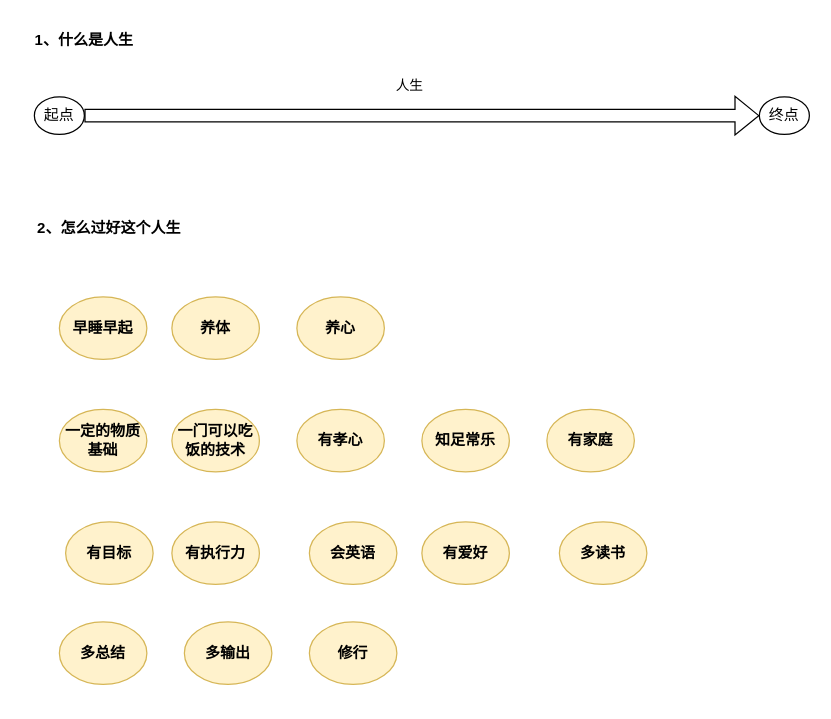
This is 未命名绘图.drawio from dengyulong/PublicStore, a draw.io file, before an edit. Source tidied: cells renumbered, new cells numbered last; positions are measured from the earlier drawing's top-left corner, leaving out a move shared by most shapes. Both pictures are drawn from the tidied source at 125%, with x=0, y=0 at pixel (21, 21).
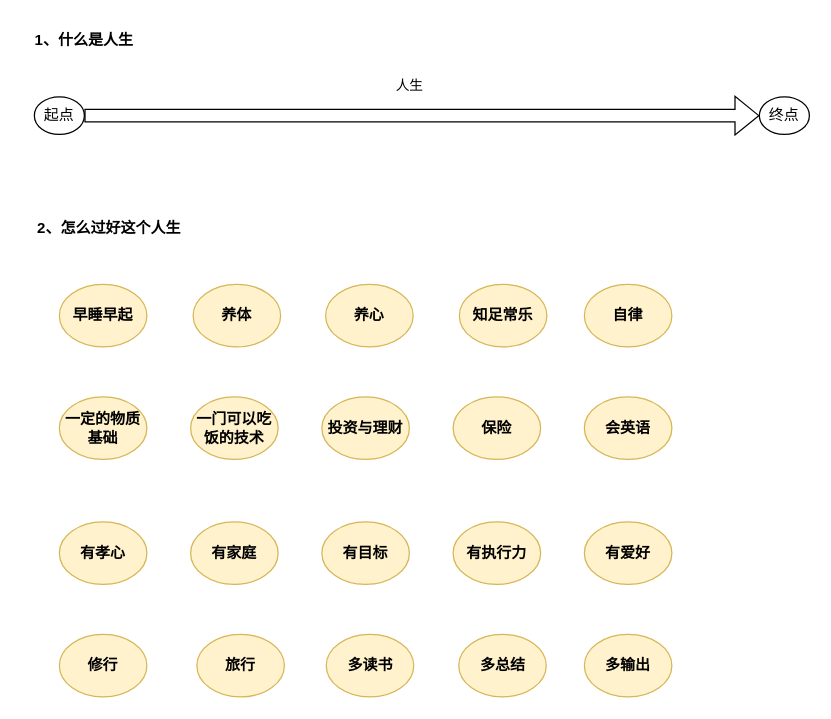
Above is the later version.

Commit message:
更新未命名绘图.drawio

What changed in the source:
```diff
@@
     <mxCell id="8" value="早睡早起" style="ellipse;whiteSpace=wrap;html=1;labelBackgroundColor=none;fillColor=#fff2cc;strokeColor=#d6b656;fontStyle=1;" parent="1" vertex="1">
-      <mxGeometry x="30" y="220" width="70" height="50" as="geometry" />
+      <mxGeometry x="30" y="210" width="70" height="50" as="geometry" />
     </mxCell>
     <mxCell id="9" value="养体" style="ellipse;whiteSpace=wrap;html=1;labelBackgroundColor=none;fillColor=#fff2cc;strokeColor=#d6b656;fontStyle=1;" parent="1" vertex="1">
-      <mxGeometry x="120" y="220" width="70" height="50" as="geometry" />
+      <mxGeometry x="137" y="210" width="70" height="50" as="geometry" />
     </mxCell>
     <mxCell id="10" value="养心" style="ellipse;whiteSpace=wrap;html=1;labelBackgroundColor=none;fillColor=#fff2cc;strokeColor=#d6b656;fontStyle=1;" parent="1" vertex="1">
-      <mxGeometry x="220" y="220" width="70" height="50" as="geometry" />
+      <mxGeometry x="243" y="210" width="70" height="50" as="geometry" />
     </mxCell>
     <mxCell id="11" value="一定的物质基础" style="ellipse;whiteSpace=wrap;html=1;labelBackgroundColor=none;fillColor=#fff2cc;strokeColor=#d6b656;fontStyle=1;" parent="1" vertex="1">
-      <mxGeometry x="30" y="310" width="70" height="50" as="geometry" />
+      <mxGeometry x="30" y="300" width="70" height="50" as="geometry" />
     </mxCell>
     <mxCell id="12" value="一门可以吃饭的技术" style="ellipse;whiteSpace=wrap;html=1;labelBackgroundColor=none;fillColor=#fff2cc;strokeColor=#d6b656;fontStyle=1;" parent="1" vertex="1">
-      <mxGeometry x="120" y="310" width="70" height="50" as="geometry" />
+      <mxGeometry x="135" y="300" width="70" height="50" as="geometry" />
     </mxCell>
     <mxCell id="13" value="有孝心" style="ellipse;whiteSpace=wrap;html=1;labelBackgroundColor=none;fillColor=#fff2cc;strokeColor=#d6b656;fontStyle=1;" parent="1" vertex="1">
-      <mxGeometry x="220" y="310" width="70" height="50" as="geometry" />
+      <mxGeometry x="30" y="400" width="70" height="50" as="geometry" />
     </mxCell>
     <mxCell id="14" value="知足常乐" style="ellipse;whiteSpace=wrap;html=1;labelBackgroundColor=none;fillColor=#fff2cc;strokeColor=#d6b656;fontStyle=1;" parent="1" vertex="1">
-      <mxGeometry x="320" y="310" width="70" height="50" as="geometry" />
+      <mxGeometry x="350" y="210" width="70" height="50" as="geometry" />
     </mxCell>
     <mxCell id="15" value="有目标" style="ellipse;whiteSpace=wrap;html=1;labelBackgroundColor=none;fillColor=#fff2cc;strokeColor=#d6b656;fontStyle=1;" parent="1" vertex="1">
-      <mxGeometry x="35" y="400" width="70" height="50" as="geometry" />
+      <mxGeometry x="240" y="400" width="70" height="50" as="geometry" />
     </mxCell>
     <mxCell id="16" value="有执行力" style="ellipse;whiteSpace=wrap;html=1;labelBackgroundColor=none;fillColor=#fff2cc;strokeColor=#d6b656;fontStyle=1;" parent="1" vertex="1">
-      <mxGeometry x="120" y="400" width="70" height="50" as="geometry" />
+      <mxGeometry x="345" y="400" width="70" height="50" as="geometry" />
     </mxCell>
     <mxCell id="17" value="会英语" style="ellipse;whiteSpace=wrap;html=1;labelBackgroundColor=none;fillColor=#fff2cc;strokeColor=#d6b656;fontStyle=1;" parent="1" vertex="1">
-      <mxGeometry x="230" y="400" width="70" height="50" as="geometry" />
+      <mxGeometry x="450" y="300" width="70" height="50" as="geometry" />
     </mxCell>
     <mxCell id="18" value="有爱好" style="ellipse;whiteSpace=wrap;html=1;labelBackgroundColor=none;fillColor=#fff2cc;strokeColor=#d6b656;fontStyle=1;" parent="1" vertex="1">
-      <mxGeometry x="320" y="400" width="70" height="50" as="geometry" />
+      <mxGeometry x="450" y="400" width="70" height="50" as="geometry" />
     </mxCell>
     <mxCell id="19" value="有家庭" style="ellipse;whiteSpace=wrap;html=1;labelBackgroundColor=none;fillColor=#fff2cc;strokeColor=#d6b656;fontStyle=1;" parent="1" vertex="1">
-      <mxGeometry x="420" y="310" width="70" height="50" as="geometry" />
+      <mxGeometry x="135" y="400" width="70" height="50" as="geometry" />
     </mxCell>
     <mxCell id="20" value="多读书" style="ellipse;whiteSpace=wrap;html=1;labelBackgroundColor=none;fillColor=#fff2cc;strokeColor=#d6b656;fontStyle=1;" parent="1" vertex="1">
-      <mxGeometry x="430" y="400" width="70" height="50" as="geometry" />
+      <mxGeometry x="243.5" y="490" width="70" height="50" as="geometry" />
     </mxCell>
     <mxCell id="21" value="多总结" style="ellipse;whiteSpace=wrap;html=1;labelBackgroundColor=none;fillColor=#fff2cc;strokeColor=#d6b656;fontStyle=1;" parent="1" vertex="1">
-      <mxGeometry x="30" y="480" width="70" height="50" as="geometry" />
+      <mxGeometry x="349.5" y="490" width="70" height="50" as="geometry" />
     </mxCell>
     <mxCell id="22" value="多输出" style="ellipse;whiteSpace=wrap;html=1;labelBackgroundColor=none;fillColor=#fff2cc;strokeColor=#d6b656;fontStyle=1;" parent="1" vertex="1">
-      <mxGeometry x="130" y="480" width="70" height="50" as="geometry" />
+      <mxGeometry x="450" y="490" width="70" height="50" as="geometry" />
     </mxCell>
     <mxCell id="23" value="修行" style="ellipse;whiteSpace=wrap;html=1;labelBackgroundColor=none;fillColor=#fff2cc;strokeColor=#d6b656;fontStyle=1;" parent="1" vertex="1">
-      <mxGeometry x="230" y="480" width="70" height="50" as="geometry" />
+      <mxGeometry x="30" y="490" width="70" height="50" as="geometry" />
     </mxCell>
+    <mxCell id="24" value="投资与理财" style="ellipse;whiteSpace=wrap;html=1;labelBackgroundColor=none;fillColor=#fff2cc;strokeColor=#d6b656;fontStyle=1;" parent="1" vertex="1">
+      <mxGeometry x="240" y="300" width="70" height="50" as="geometry" />
+    </mxCell>
+    <mxCell id="25" value="保险" style="ellipse;whiteSpace=wrap;html=1;labelBackgroundColor=none;fillColor=#fff2cc;strokeColor=#d6b656;fontStyle=1;" parent="1" vertex="1">
+      <mxGeometry x="345" y="300" width="70" height="50" as="geometry" />
+    </mxCell>
+    <mxCell id="26" value="旅行" style="ellipse;whiteSpace=wrap;html=1;labelBackgroundColor=none;fillColor=#fff2cc;strokeColor=#d6b656;fontStyle=1;" parent="1" vertex="1">
+      <mxGeometry x="140" y="490" width="70" height="50" as="geometry" />
+    </mxCell>
+    <mxCell id="27" value="自律" style="ellipse;whiteSpace=wrap;html=1;labelBackgroundColor=none;fillColor=#fff2cc;strokeColor=#d6b656;fontStyle=1;" parent="1" vertex="1">
+      <mxGeometry x="450" y="210" width="70" height="50" as="geometry" />
+    </mxCell>
```
